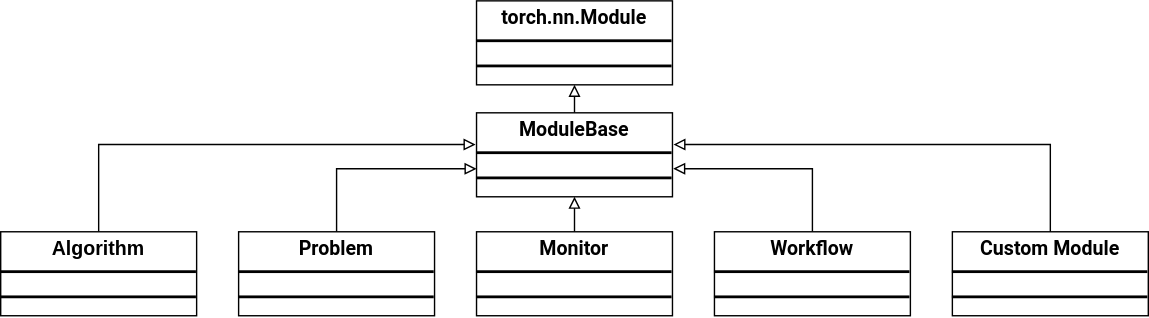
EMI-Group/evox keeps this draw.io diagram as docs/source/_static/modulebase.svg. Above is the earlier version. Source tidied: cells renumbered, new cells last; positions are measured from the earlier drawing's top-left corner, leaving out a move shared by most shapes.
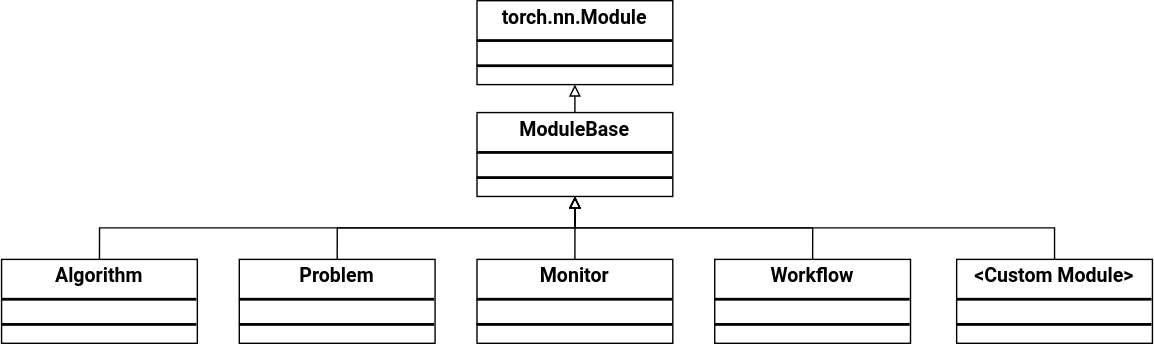
Later version of the same file.

What changed in the source:
```diff
@@ -6,45 +6,45 @@
       <mxGeometry relative="1" as="geometry" />
     </mxCell>
     <mxCell id="3" value="&lt;p style=&quot;margin:0px;margin-top:4px;text-align:center;&quot;&gt;&lt;span&gt;ModuleBase&lt;/span&gt;&lt;/p&gt;&lt;hr style=&quot;border-style:solid;&quot;&gt;&lt;div style=&quot;height:2px;&quot;&gt;&lt;/div&gt;&lt;hr style=&quot;border-style:solid;&quot;&gt;&lt;div style=&quot;height:2px;&quot;&gt;&lt;/div&gt;" style="verticalAlign=top;align=left;overflow=fill;html=1;whiteSpace=wrap;fontSize=14;fontFamily=Roboto;fontStyle=1;" parent="1" vertex="1">
-      <mxGeometry x="340" y="80" width="140" height="60" as="geometry" />
+      <mxGeometry x="340" y="60" width="140" height="60" as="geometry" />
     </mxCell>
-    <mxCell id="4" style="edgeStyle=orthogonalEdgeStyle;rounded=0;jettySize=auto;html=1;exitX=0.5;exitY=0;exitDx=0;exitDy=0;entryX=-0.005;entryY=0.378;entryDx=0;entryDy=0;entryPerimeter=0;endArrow=block;endFill=0;fontSize=14;fontFamily=Roboto;fontStyle=1;" parent="1" edge="1" source="5" target="3">
+    <mxCell id="4" style="edgeStyle=orthogonalEdgeStyle;rounded=0;jettySize=auto;html=1;exitX=0.5;exitY=0;exitDx=0;exitDy=0;endArrow=block;endFill=0;" parent="1" edge="1" source="5" target="3">
       <mxGeometry relative="1" as="geometry" />
     </mxCell>
-    <mxCell id="5" value="&lt;p style=&quot;margin:0px;margin-top:4px;text-align:center;&quot;&gt;&lt;span&gt;Algorithm&lt;/span&gt;&lt;/p&gt;&lt;hr style=&quot;border-style:solid;&quot;&gt;&lt;div style=&quot;height:2px;&quot;&gt;&lt;/div&gt;&lt;hr style=&quot;border-style:solid;&quot;&gt;&lt;div style=&quot;height:2px;&quot;&gt;&lt;/div&gt;" style="verticalAlign=top;align=left;overflow=fill;html=1;whiteSpace=wrap;fontSize=14;fontStyle=1;" parent="1" vertex="1">
+    <mxCell id="5" value="&lt;p style=&quot;margin:0px;margin-top:4px;text-align:center;&quot;&gt;&lt;span&gt;Algorithm&lt;/span&gt;&lt;/p&gt;&lt;hr style=&quot;border-style:solid;&quot;&gt;&lt;div style=&quot;height:2px;&quot;&gt;&lt;/div&gt;&lt;hr style=&quot;border-style:solid;&quot;&gt;&lt;div style=&quot;height:2px;&quot;&gt;&lt;/div&gt;" style="verticalAlign=top;align=left;overflow=fill;html=1;whiteSpace=wrap;fontSize=14;fontStyle=1;fontFamily=Roboto;" parent="1" vertex="1">
       <mxGeometry y="165" width="140" height="60" as="geometry" />
     </mxCell>
-    <mxCell id="6" style="edgeStyle=orthogonalEdgeStyle;rounded=0;jettySize=auto;html=1;exitX=0.5;exitY=0;exitDx=0;exitDy=0;endArrow=block;endFill=0;fontSize=14;fontFamily=Roboto;fontStyle=1;" parent="1" edge="1" source="7">
-      <mxGeometry relative="1" as="geometry">
-        <mxPoint x="340" y="120" as="targetPoint" />
-        <Array as="points">
-          <mxPoint x="240" y="120" />
-        </Array>
-      </mxGeometry>
-    </mxCell>
+    <mxCell id="15" style="edgeStyle=orthogonalEdgeStyle;rounded=0;jettySize=auto;html=1;exitX=0.5;exitY=0;exitDx=0;exitDy=0;endArrow=block;endFill=0;" parent="1" edge="1" source="7" target="3">
+      <mxGeometry relative="1" as="geometry" />
+    </mxCell>
     <mxCell id="7" value="&lt;p style=&quot;margin:0px;margin-top:4px;text-align:center;&quot;&gt;&lt;span&gt;Problem&lt;/span&gt;&lt;/p&gt;&lt;hr style=&quot;border-style:solid;&quot;&gt;&lt;div style=&quot;height:2px;&quot;&gt;&lt;/div&gt;&lt;hr style=&quot;border-style:solid;&quot;&gt;&lt;div style=&quot;height:2px;&quot;&gt;&lt;/div&gt;" style="verticalAlign=top;align=left;overflow=fill;html=1;whiteSpace=wrap;fontSize=14;fontFamily=Roboto;fontStyle=1;" parent="1" vertex="1">
       <mxGeometry x="170" y="165" width="140" height="60" as="geometry" />
     </mxCell>
     <mxCell id="8" style="edgeStyle=orthogonalEdgeStyle;rounded=0;jettySize=auto;html=1;exitX=0.5;exitY=0;exitDx=0;exitDy=0;entryX=0.5;entryY=1;entryDx=0;entryDy=0;endArrow=block;endFill=0;fontSize=14;fontFamily=Roboto;fontStyle=1;" parent="1" edge="1" source="9" target="3">
-      <mxGeometry relative="1" as="geometry" />
+      <mxGeometry relative="1" as="geometry">
+        <Array as="points">
+          <mxPoint x="410" y="130" />
+          <mxPoint x="410" y="130" />
+        </Array>
+      </mxGeometry>
     </mxCell>
     <mxCell id="9" value="&lt;p style=&quot;margin:0px;margin-top:4px;text-align:center;&quot;&gt;&lt;span&gt;Monitor&lt;/span&gt;&lt;/p&gt;&lt;hr style=&quot;border-style:solid;&quot;&gt;&lt;div style=&quot;height:2px;&quot;&gt;&lt;/div&gt;&lt;hr style=&quot;border-style:solid;&quot;&gt;&lt;div style=&quot;height:2px;&quot;&gt;&lt;/div&gt;" style="verticalAlign=top;align=left;overflow=fill;html=1;whiteSpace=wrap;fontSize=14;fontFamily=Roboto;fontStyle=1;" parent="1" vertex="1">
       <mxGeometry x="340" y="165" width="140" height="60" as="geometry" />
     </mxCell>
-    <mxCell id="10" style="edgeStyle=orthogonalEdgeStyle;rounded=0;jettySize=auto;html=1;exitX=0.5;exitY=0;exitDx=0;exitDy=0;entryX=1.004;entryY=0.666;entryDx=0;entryDy=0;entryPerimeter=0;endArrow=block;endFill=0;fontSize=14;fontFamily=Roboto;fontStyle=1;" parent="1" edge="1" source="11" target="3">
+    <mxCell id="10" style="edgeStyle=orthogonalEdgeStyle;rounded=0;jettySize=auto;html=1;exitX=0.5;exitY=0;exitDx=0;exitDy=0;entryX=0.5;entryY=1;entryDx=0;entryDy=0;endArrow=block;endFill=0;" parent="1" edge="1" source="11" target="3">
       <mxGeometry relative="1" as="geometry" />
     </mxCell>
     <mxCell id="11" value="&lt;p style=&quot;margin:0px;margin-top:4px;text-align:center;&quot;&gt;&lt;span&gt;Workflow&lt;/span&gt;&lt;/p&gt;&lt;hr style=&quot;border-style:solid;&quot;&gt;&lt;div style=&quot;height:2px;&quot;&gt;&lt;/div&gt;&lt;hr style=&quot;border-style:solid;&quot;&gt;&lt;div style=&quot;height:2px;&quot;&gt;&lt;/div&gt;" style="verticalAlign=top;align=left;overflow=fill;html=1;whiteSpace=wrap;fontSize=14;fontFamily=Roboto;fontStyle=1;" parent="1" vertex="1">
       <mxGeometry x="510" y="165" width="140" height="60" as="geometry" />
     </mxCell>
-    <mxCell id="12" value="&lt;p style=&quot;margin:0px;margin-top:4px;text-align:center;&quot;&gt;&lt;span&gt;Custom Module&lt;/span&gt;&lt;/p&gt;&lt;hr style=&quot;border-style:solid;&quot;&gt;&lt;div style=&quot;height:2px;&quot;&gt;&lt;/div&gt;&lt;hr style=&quot;border-style:solid;&quot;&gt;&lt;div style=&quot;height:2px;&quot;&gt;&lt;/div&gt;" style="verticalAlign=top;align=left;overflow=fill;html=1;whiteSpace=wrap;fontSize=14;fontFamily=Roboto;fontStyle=1;" parent="1" vertex="1">
-      <mxGeometry x="680" y="165" width="140" height="60" as="geometry" />
-    </mxCell>
-    <mxCell id="13" style="edgeStyle=orthogonalEdgeStyle;rounded=0;jettySize=auto;html=1;exitX=0.5;exitY=0;exitDx=0;exitDy=0;entryX=1.005;entryY=0.378;entryDx=0;entryDy=0;entryPerimeter=0;endArrow=block;endFill=0;fontSize=14;fontFamily=Roboto;fontStyle=1;" parent="1" edge="1" source="12" target="3">
-      <mxGeometry relative="1" as="geometry" />
-    </mxCell>
     <mxCell id="14" value="&lt;p style=&quot;margin:0px;margin-top:4px;text-align:center;&quot;&gt;&lt;span&gt;torch.nn.Module&lt;/span&gt;&lt;/p&gt;&lt;hr style=&quot;border-style:solid;&quot;&gt;&lt;div style=&quot;height:2px;&quot;&gt;&lt;/div&gt;&lt;hr style=&quot;border-style:solid;&quot;&gt;&lt;div style=&quot;height:2px;&quot;&gt;&lt;/div&gt;" style="verticalAlign=top;align=left;overflow=fill;html=1;whiteSpace=wrap;fontSize=14;fontFamily=Roboto;fontStyle=1;" parent="1" vertex="1">
-      <mxGeometry x="340" width="140" height="60" as="geometry" />
+      <mxGeometry x="340" y="-20" width="140" height="60" as="geometry" />
     </mxCell>
+    <mxCell id="16" style="edgeStyle=orthogonalEdgeStyle;rounded=0;jettySize=auto;html=1;exitX=0.5;exitY=0;exitDx=0;exitDy=0;endArrow=block;endFill=0;" parent="1" edge="1" source="17" target="3">
+      <mxGeometry relative="1" as="geometry" />
+    </mxCell>
+    <mxCell id="17" value="&lt;p style=&quot;margin:0px;margin-top:4px;text-align:center;&quot;&gt;&amp;lt;Custom Module&amp;gt;&lt;/p&gt;&lt;hr style=&quot;border-style:solid;&quot;&gt;&lt;div style=&quot;height:2px;&quot;&gt;&lt;/div&gt;&lt;hr style=&quot;border-style:solid;&quot;&gt;&lt;div style=&quot;height:2px;&quot;&gt;&lt;/div&gt;" style="verticalAlign=top;align=left;overflow=fill;html=1;whiteSpace=wrap;fontSize=14;fontFamily=Roboto;fontStyle=1;" parent="1" vertex="1">
+      <mxGeometry x="683" y="165" width="140" height="60" as="geometry" />
+    </mxCell>
   </root>
 </mxGraphModel>
```
